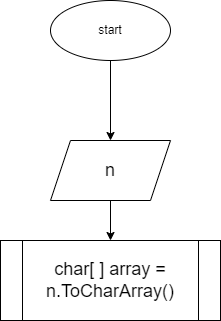
Above: ex02/blok2.drawio.png in ShrimpyKate/HomeWork02 (draw.io), before the change. Source tidied: cells renumbered, new cells last; positions are measured from the earlier drawing's top-left corner, leaving out a move shared by most shapes. The source it was exported from:
```xml
<mxGraphModel>
  <root>
    <mxCell id="0" />
    <mxCell id="1" parent="0" />
    <mxCell id="2" style="edgeStyle=none;html=1;" parent="1" edge="1" source="3">
      <mxGeometry relative="1" as="geometry">
        <mxPoint x="110" y="140" as="targetPoint" />
      </mxGeometry>
    </mxCell>
    <mxCell id="3" value="start" style="ellipse;whiteSpace=wrap;html=1;" parent="1" vertex="1">
      <mxGeometry x="50" width="120" height="60" as="geometry" />
    </mxCell>
    <mxCell id="4" style="edgeStyle=none;html=1;entryX=0.5;entryY=0;entryDx=0;entryDy=0;" parent="1" edge="1" source="5" target="6">
      <mxGeometry relative="1" as="geometry" />
    </mxCell>
    <mxCell id="5" value="&lt;font style=&quot;font-size: 18px&quot;&gt;n&lt;/font&gt;" style="shape=parallelogram;perimeter=parallelogramPerimeter;whiteSpace=wrap;html=1;fixedSize=1;" parent="1" vertex="1">
      <mxGeometry x="50" y="140" width="120" height="60" as="geometry" />
    </mxCell>
    <mxCell id="6" value="&lt;font style=&quot;font-size: 18px&quot;&gt;char[ ] array = n.ToCharArray()&lt;/font&gt;" style="shape=process;whiteSpace=wrap;html=1;backgroundOutline=1;" parent="1" vertex="1">
      <mxGeometry y="240" width="220" height="80" as="geometry" />
    </mxCell>
  </root>
</mxGraphModel>
```
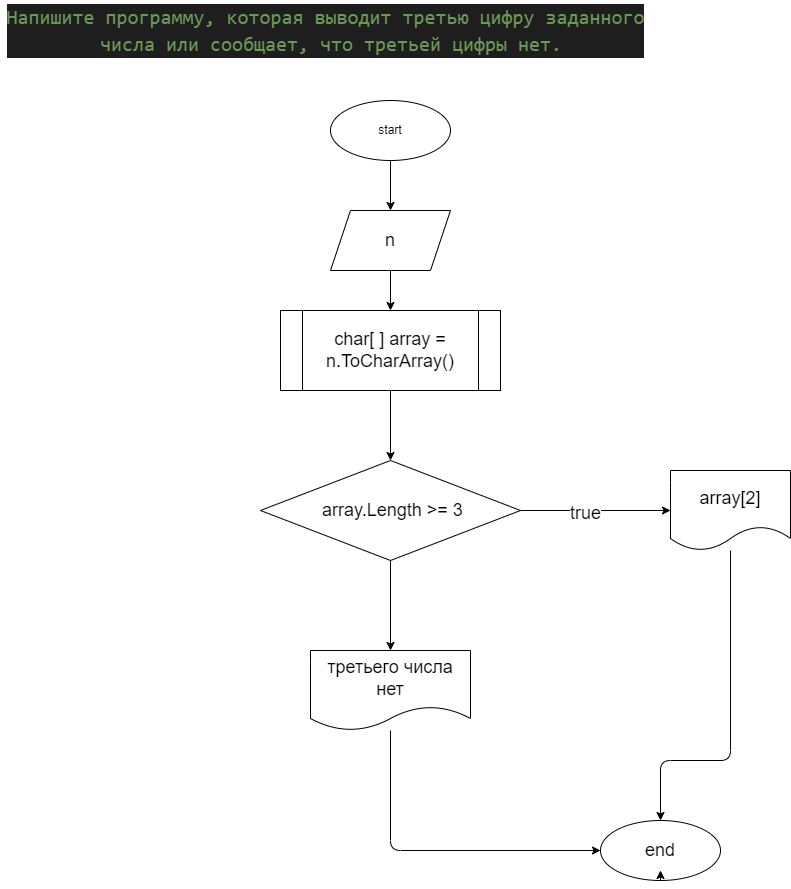
Above is the later version.

The edit, as a diff of the source:
```diff
@@ -8,7 +8,7 @@
       </mxGeometry>
     </mxCell>
     <mxCell id="3" value="start" style="ellipse;whiteSpace=wrap;html=1;" parent="1" vertex="1">
-      <mxGeometry x="50" width="120" height="60" as="geometry" />
+      <mxGeometry x="50" y="30" width="120" height="60" as="geometry" />
     </mxCell>
     <mxCell id="4" style="edgeStyle=none;html=1;entryX=0.5;entryY=0;entryDx=0;entryDy=0;" parent="1" edge="1" source="5" target="6">
       <mxGeometry relative="1" as="geometry" />
@@ -16,8 +16,53 @@
     <mxCell id="5" value="&lt;font style=&quot;font-size: 18px&quot;&gt;n&lt;/font&gt;" style="shape=parallelogram;perimeter=parallelogramPerimeter;whiteSpace=wrap;html=1;fixedSize=1;" parent="1" vertex="1">
       <mxGeometry x="50" y="140" width="120" height="60" as="geometry" />
     </mxCell>
+    <mxCell id="7" style="edgeStyle=none;html=1;" parent="1" edge="1" source="6" target="11">
+      <mxGeometry relative="1" as="geometry" />
+    </mxCell>
     <mxCell id="6" value="&lt;font style=&quot;font-size: 18px&quot;&gt;char[ ] array = n.ToCharArray()&lt;/font&gt;" style="shape=process;whiteSpace=wrap;html=1;backgroundOutline=1;" parent="1" vertex="1">
       <mxGeometry y="240" width="220" height="80" as="geometry" />
     </mxCell>
+    <mxCell id="8" style="edgeStyle=none;html=1;fontSize=18;" parent="1" edge="1" source="11" target="13">
+      <mxGeometry relative="1" as="geometry" />
+    </mxCell>
+    <mxCell id="9" value="true" style="edgeLabel;html=1;align=center;verticalAlign=middle;fontSize=18;" parent="8" vertex="1">
+      <mxGeometry x="-0.15" y="-2" relative="1" as="geometry" />
+    </mxCell>
+    <mxCell id="10" style="edgeStyle=none;html=1;fontSize=18;" parent="1" edge="1" source="11" target="15">
+      <mxGeometry relative="1" as="geometry" />
+    </mxCell>
+    <mxCell id="11" value="&lt;font style=&quot;font-size: 18px&quot;&gt;&amp;nbsp;array.Length &amp;gt;= 3&lt;/font&gt;" style="rhombus;whiteSpace=wrap;html=1;" parent="1" vertex="1">
+      <mxGeometry x="-20" y="390" width="260" height="100" as="geometry" />
+    </mxCell>
+    <mxCell id="12" style="edgeStyle=none;html=1;entryX=0.5;entryY=0;entryDx=0;entryDy=0;fontSize=18;" parent="1" edge="1" source="13" target="16">
+      <mxGeometry relative="1" as="geometry">
+        <Array as="points">
+          <mxPoint x="450" y="690" />
+          <mxPoint x="380" y="690" />
+        </Array>
+      </mxGeometry>
+    </mxCell>
+    <mxCell id="13" value="&lt;font style=&quot;font-size: 18px&quot;&gt;array[2]&lt;/font&gt;" style="shape=document;whiteSpace=wrap;html=1;boundedLbl=1;" parent="1" vertex="1">
+      <mxGeometry x="390" y="400" width="120" height="80" as="geometry" />
+    </mxCell>
+    <mxCell id="14" style="edgeStyle=none;html=1;fontSize=18;" parent="1" edge="1" source="15" target="16">
+      <mxGeometry relative="1" as="geometry">
+        <Array as="points">
+          <mxPoint x="110" y="780" />
+        </Array>
+      </mxGeometry>
+    </mxCell>
+    <mxCell id="15" value="&lt;font style=&quot;font-size: 18px&quot;&gt;третьего числа нет&lt;/font&gt;" style="shape=document;whiteSpace=wrap;html=1;boundedLbl=1;" parent="1" vertex="1">
+      <mxGeometry x="30" y="580" width="160" height="80" as="geometry" />
+    </mxCell>
+    <mxCell id="16" value="&lt;font style=&quot;font-size: 18px&quot;&gt;end&lt;/font&gt;" style="ellipse;whiteSpace=wrap;html=1;" parent="1" vertex="1">
+      <mxGeometry x="320" y="750" width="120" height="60" as="geometry" />
+    </mxCell>
+    <mxCell id="17" style="edgeStyle=none;html=1;exitX=0.5;exitY=1;exitDx=0;exitDy=0;entryX=0.5;entryY=0.833;entryDx=0;entryDy=0;entryPerimeter=0;fontSize=18;" parent="1" edge="1" source="16" target="16">
+      <mxGeometry relative="1" as="geometry" />
+    </mxCell>
+    <mxCell id="18" value="&lt;div style=&quot;color: rgb(212 , 212 , 212) ; background-color: rgb(30 , 30 , 30) ; font-family: &amp;#34;consolas&amp;#34; , &amp;#34;courier new&amp;#34; , monospace ; font-size: 20px ; line-height: 27px&quot;&gt;&lt;span style=&quot;color: #6a9955&quot;&gt;Напишите программу, которая выводит третью цифру заданного&lt;/span&gt;&lt;/div&gt;&lt;div style=&quot;color: rgb(212 , 212 , 212) ; background-color: rgb(30 , 30 , 30) ; font-family: &amp;#34;consolas&amp;#34; , &amp;#34;courier new&amp;#34; , monospace ; font-size: 20px ; line-height: 27px&quot;&gt;&lt;span style=&quot;color: #6a9955&quot;&gt;&amp;nbsp;числа или сообщает, что третьей цифры нет.&lt;/span&gt;&lt;/div&gt;" style="text;html=1;align=center;verticalAlign=middle;strokeColor=none;fillColor=none;fontSize=18;" parent="1" vertex="1">
+      <mxGeometry x="-280" y="-70" width="650" height="60" as="geometry" />
+    </mxCell>
   </root>
 </mxGraphModel>
```
